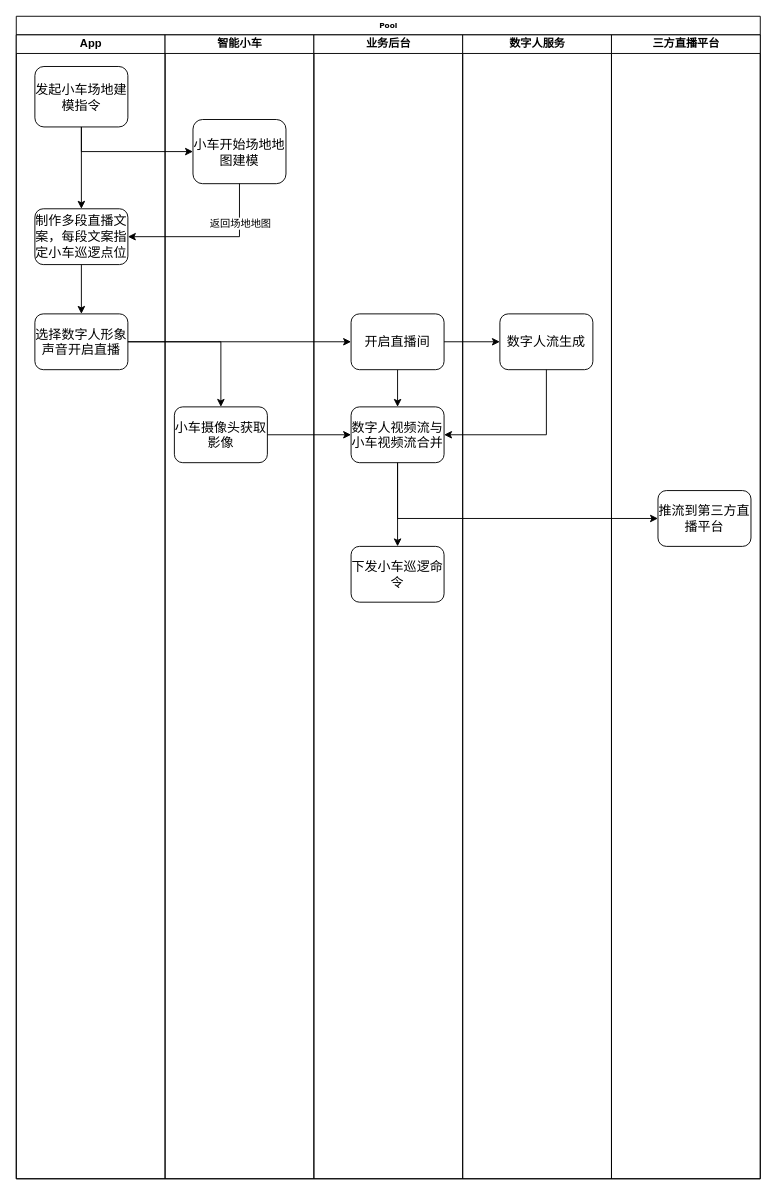
hbulixu/diagrams_store keeps this draw.io diagram as AI小车直播.drawio. Above is the earlier version. Source tidied: cells renumbered, new cells numbered last; positions are measured from the earlier drawing's top-left corner, leaving out a move shared by most shapes. Both pictures are drawn from the tidied source at 93%, with x=0, y=0 at pixel (16, 16).
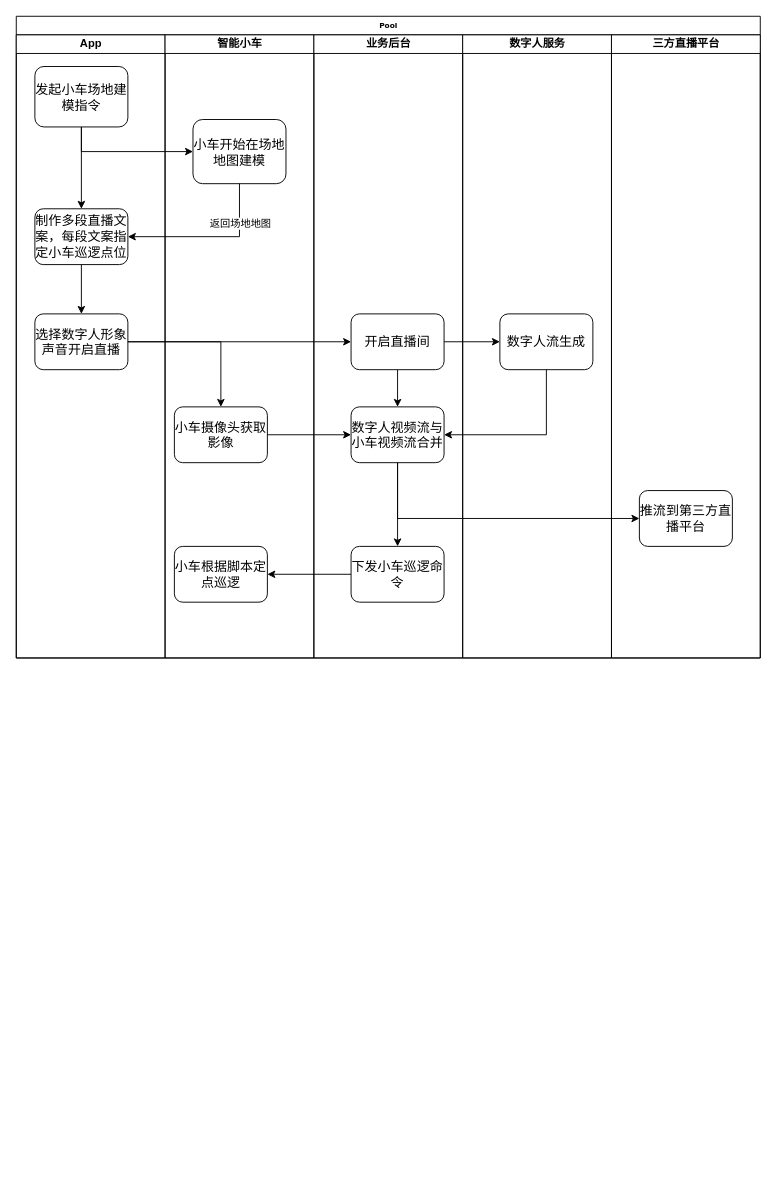
Above is the later version.

Commit message (it also covers changes not shown here):
更新AI小车直播.drawio

Unchanged cells that the change refers to:
```xml
<mxCell id="17" value="&lt;span style=&quot;font-size: 14px;&quot;&gt;下发小车巡逻命令&lt;/span&gt;" style="rounded=1;whiteSpace=wrap;html=1;shadow=0;labelBackgroundColor=none;strokeWidth=1;fontFamily=Verdana;fontSize=8;align=center;" parent="12" vertex="1">
  <mxGeometry x="40" y="550" width="100" height="60" as="geometry" />
</mxCell>
```

The edit, as a diff of the source:
```diff
@@
     <mxCell id="2" value="Pool" style="swimlane;html=1;startSize=20;rounded=0;shadow=0;labelBackgroundColor=none;strokeWidth=1;fontFamily=Verdana;fontSize=8;align=center;" parent="1" vertex="1">
-      <mxGeometry width="800" height="1250" as="geometry" />
+      <mxGeometry width="800" height="690" as="geometry" />
     </mxCell>
     <mxCell id="3" value="App" style="swimlane;html=1;startSize=20;" parent="2" vertex="1">
-      <mxGeometry y="20" width="160" height="1230" as="geometry" />
+      <mxGeometry y="20" width="160" height="670" as="geometry" />
     </mxCell>
@@
     <mxCell id="9" value="智能小车" style="swimlane;html=1;startSize=20;" parent="2" vertex="1">
-      <mxGeometry x="160" y="20" width="160" height="1230" as="geometry" />
+      <mxGeometry x="160" y="20" width="160" height="670" as="geometry" />
     </mxCell>
-    <mxCell id="10" value="&lt;span style=&quot;font-size: 14px;&quot;&gt;小车开始场地地图建模&lt;/span&gt;" style="rounded=1;whiteSpace=wrap;html=1;shadow=0;labelBackgroundColor=none;strokeWidth=1;fontFamily=Verdana;fontSize=8;align=center;" parent="9" vertex="1">
+    <mxCell id="10" value="&lt;span style=&quot;font-size: 14px;&quot;&gt;小车开始在场地地图建模&lt;/span&gt;" style="rounded=1;whiteSpace=wrap;html=1;shadow=0;labelBackgroundColor=none;strokeWidth=1;fontFamily=Verdana;fontSize=8;align=center;" parent="9" vertex="1">
       <mxGeometry x="30" y="91" width="100" height="69" as="geometry" />
     </mxCell>
@@
+    <mxCell id="31" value="&lt;span style=&quot;font-size: 14px;&quot;&gt;小车根据脚本定点巡逻&lt;/span&gt;" style="rounded=1;whiteSpace=wrap;html=1;shadow=0;labelBackgroundColor=none;strokeWidth=1;fontFamily=Verdana;fontSize=8;align=center;" parent="9" vertex="1">
+      <mxGeometry x="10" y="550" width="100" height="60" as="geometry" />
+    </mxCell>
     <mxCell id="12" value="业务后台" style="swimlane;html=1;startSize=20;" parent="2" vertex="1">
-      <mxGeometry x="320" y="20" width="160" height="1230" as="geometry" />
+      <mxGeometry x="320" y="20" width="160" height="670" as="geometry" />
     </mxCell>
@@
     <mxCell id="18" value="数字人服务" style="swimlane;html=1;startSize=20;" parent="2" vertex="1">
-      <mxGeometry x="480" y="20" width="160" height="1230" as="geometry" />
+      <mxGeometry x="480" y="20" width="160" height="670" as="geometry" />
     </mxCell>
@@
     <mxCell id="20" value="三方直播平台" style="swimlane;html=1;startSize=20;" parent="2" vertex="1">
-      <mxGeometry x="640" y="20" width="160" height="1230" as="geometry" />
+      <mxGeometry x="640" y="20" width="160" height="670" as="geometry" />
     </mxCell>
     <mxCell id="21" value="&lt;span style=&quot;font-size: 14px;&quot;&gt;推流到第三方直播平台&lt;/span&gt;" style="rounded=1;whiteSpace=wrap;html=1;shadow=0;labelBackgroundColor=none;strokeWidth=1;fontFamily=Verdana;fontSize=8;align=center;" parent="20" vertex="1">
-      <mxGeometry x="50" y="490" width="100" height="60" as="geometry" />
+      <mxGeometry x="30" y="490" width="100" height="60" as="geometry" />
     </mxCell>
@@
+    <mxCell id="32" style="edgeStyle=orthogonalEdgeStyle;rounded=0;jettySize=auto;html=1;" parent="2" edge="1" source="17" target="31">
+      <mxGeometry relative="1" as="geometry" />
+    </mxCell>
```
